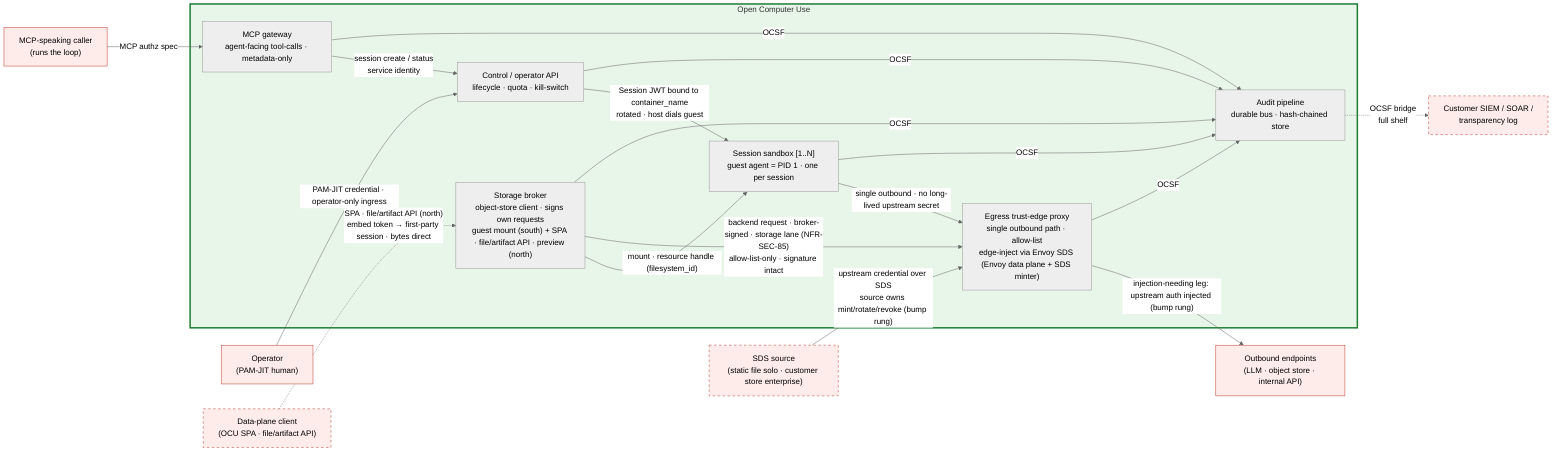
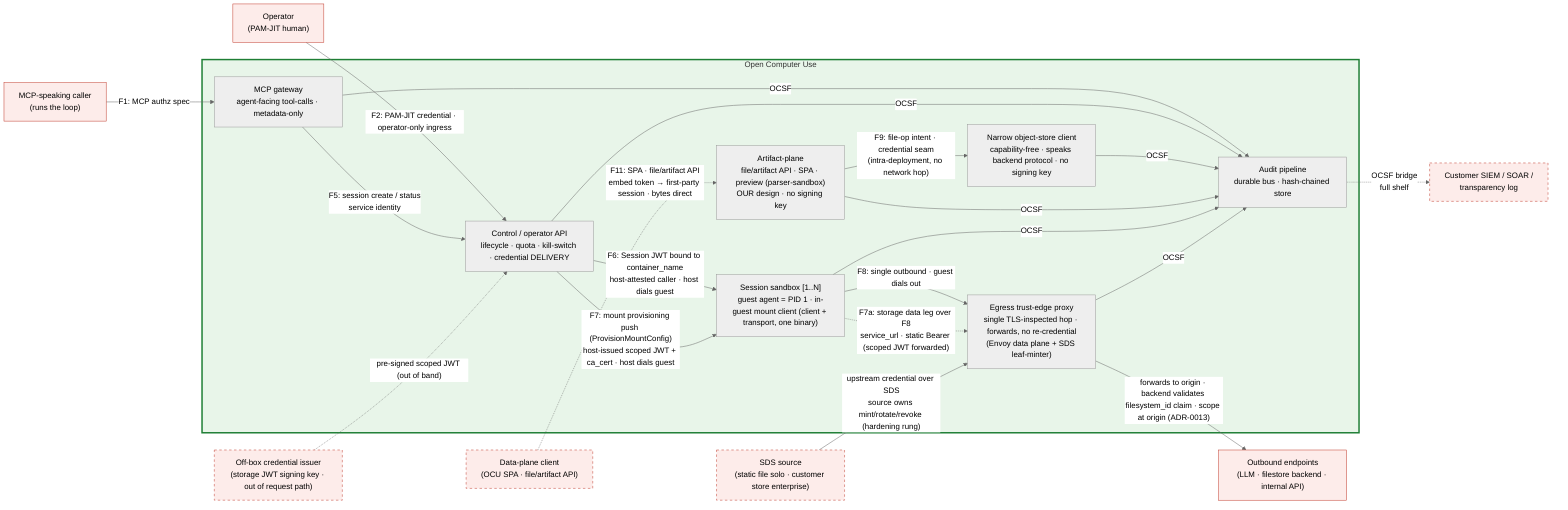
%% SPDX-License-Identifier: FSL-1.1-Apache-2.0
%% Copyright (c) 2025 Open Computer Use Contributors
%% Canonical Layer 6 (C4 Container) diagram. Referenced from docs/architecture/05-c4-container.md.
%% Role names only — no technology names (per CLAUDE.md Diagrams). Tech choice lands in component specs under components/.
- %% Six containers across five Layer-3 trust zones: the Control plane splits into an agent-facing
- %% MCP gateway and an operator/lifecycle API (the kill-switch lives only on the latter); the other
- %% four zones map 1:1. Substrate differs by shelf (see 05-c4-container.md §5); the count does not.
+ %% Containers across the Layer-3 trust zones: the Control plane splits into an agent-facing MCP gateway
+ %% and an operator/lifecycle API (the kill-switch lives only on the latter); the storage concern splits
+ %% into a narrow object-store client and an artifact-plane (different counterparties, ADR-0015).
+ %% The count is a then-true observation, not an invariant (05-c4-container.md §1). Substrate differs by shelf (§5).
%% Palette (project convention): red untrusted / green trusted. Amber/blue trust-zone shading is Layer 3 only.

%%{init: {"theme": "neutral"} }%%
flowchart LR

    %% ─── external (drawn for orientation; contracts in 03-c4-context.md §4) ───
    PEER["MCP-speaking caller<br/>(runs the loop)"]:::ext
    OPER["Operator<br/>(PAM-JIT human)"]:::ext
    FILE["Data-plane client<br/>(OCU SPA · file/artifact API)"]:::extOpt
-     UPSTREAM["Outbound endpoints<br/>(LLM · object store · internal API)"]:::ext
+     UPSTREAM["Outbound endpoints<br/>(LLM · filestore backend · internal API)"]:::ext
    SINK["Customer SIEM / SOAR /<br/>transparency log"]:::extOpt
    SDS["SDS source<br/>(static file solo · customer store enterprise)"]:::extOpt
+     ISSUER["Off-box credential issuer<br/>(storage JWT signing key · out of request path)"]:::extOpt

    %% ─── containers inside the system under design ───
    subgraph OCU["Open Computer Use"]
        MCPG["MCP gateway<br/>agent-facing tool-calls · metadata-only"]
-         CTRL["Control / operator API<br/>lifecycle · quota · kill-switch"]
-         STORE["Storage broker<br/>object-store client · signs own requests<br/>guest mount (south) + SPA · file/artifact API · preview (north)"]
-         VM["Session sandbox [1..N]<br/>guest agent = PID 1 · one per session"]
-         EDGE["Egress trust-edge proxy<br/>single outbound path · allow-list<br/>edge-inject via Envoy SDS (Envoy data plane + SDS minter)"]
+         CTRL["Control / operator API<br/>lifecycle · quota · kill-switch · credential DELIVERY"]
+         OSC["Narrow object-store client<br/>capability-free · speaks backend protocol · no signing key"]
+         AP["Artifact-plane<br/>file/artifact API · SPA · preview (parser-sandbox)<br/>OUR design · no signing key"]
+         VM["Session sandbox [1..N]<br/>guest agent = PID 1 · in-guest mount client (client + transport, one binary)"]
+         EDGE["Egress trust-edge proxy<br/>single TLS-inspected hop · forwards, no re-credential<br/>(Envoy data plane + SDS leaf-minter)"]
        AUD["Audit pipeline<br/>durable bus · hash-chained store"]
    end

-     %% ─── inbound (two distinct surfaces of the Control plane) ───
-     PEER -->|"MCP authz spec"| MCPG
-     OPER -->|"PAM-JIT credential · operator-only ingress"| CTRL
-     MCPG -->|"session create / status<br/>service identity"| CTRL
+     %% ─── inbound (two distinct surfaces of the Control plane; the artifact-plane fronts E5) ───
+     PEER -->|"F1: MCP authz spec"| MCPG
+     OPER -->|"F2: PAM-JIT credential · operator-only ingress"| CTRL
+     MCPG -->|"F5: session create / status<br/>service identity"| CTRL
+     FILE -.->|"F11: SPA · file/artifact API<br/>embed token → first-party session · bytes direct"| AP

-     %% ─── control + storage reach the guest host-side (host dials, guest listens; NFR-SEC-43) ───
-     CTRL -->|"Session JWT bound to container_name<br/>rotated · host dials guest"| VM
-     STORE -->|"mount · resource handle (filesystem_id)"| VM
-     FILE -.->|"SPA · file/artifact API (north)<br/>embed token → first-party session · bytes direct"| STORE
+     %% ─── control + provisioning reach the guest host-side (host dials, guest listens; NFR-SEC-43) ───
+     CTRL -->|"F6: Session JWT bound to container_name<br/>host-attested caller · host dials guest"| VM
+     CTRL -->|"F7: mount provisioning push (ProvisionMountConfig)<br/>host-issued scoped JWT + ca_cert · host dials guest"| VM
+     ISSUER -.->|"pre-signed scoped JWT (out of band)"| CTRL

-     %% ─── egress: guest carries no long-lived upstream secret; on injection-needing legs the edge
-     %%     receives the credential over SDS and injects at the egress-wide-bump rung (see 05 §3, §6; ADR-0007) ───
-     VM -->|"single outbound · no long-lived upstream secret"| EDGE
-     SDS -->|"upstream credential over SDS<br/>source owns mint/rotate/revoke (bump rung)"| EDGE
-     STORE -->|"backend request · broker-signed · storage lane (NFR-SEC-85)<br/>allow-list-only · signature intact"| EDGE
-     EDGE -->|"injection-needing leg: upstream auth injected (bump rung)"| UPSTREAM
+     %% ─── ONE backend network leg: the in-guest mount client (= the object-store client + transport,
+     %%     one binary) dials out through the single egress hop. The artifact-plane reaches the backend
+     %%     by calling that same client behind the credential seam (F9), NOT a second egress leg. ───
+     VM -->|"F8: single outbound · guest dials out"| EDGE
+     VM -.->|"F7a: storage data leg over F8<br/>service_url · static Bearer (scoped JWT forwarded)"| EDGE
+     SDS -->|"upstream credential over SDS<br/>source owns mint/rotate/revoke (hardening rung)"| EDGE
+     AP -->|"F9: file-op intent · credential seam<br/>(intra-deployment, no network hop)"| OSC
+     EDGE -->|"forwards to origin · backend validates filesystem_id claim · scope at origin (ADR-0013)"| UPSTREAM

    %% ─── audit fan-in (every source container emits OCSF; the pipeline is the sink) ───
    MCPG -->|OCSF| AUD
    CTRL -->|OCSF| AUD
-     STORE -->|OCSF| AUD
+     OSC -->|OCSF| AUD
+     AP -->|OCSF| AUD
    VM -->|OCSF| AUD
    EDGE -->|OCSF| AUD
    AUD -.->|"OCSF bridge<br/>full shelf"| SINK

    %% ─── styling (project palette) ───
    classDef ext fill:#fdecea,stroke:#c0392b,stroke-width:1px;
    classDef extOpt fill:#fdecea,stroke:#c0392b,stroke-dasharray: 5 5;
    style OCU fill:#e8f5e9,stroke:#1e7e34,stroke-width:3px;
